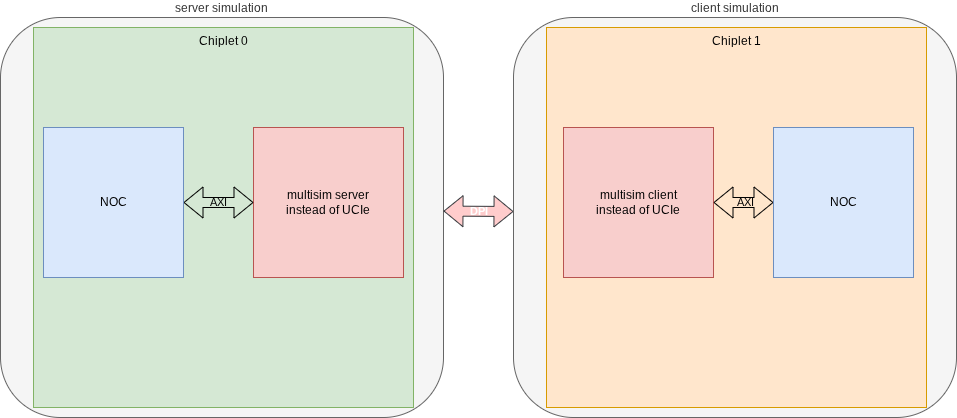
Above: .assets/multisim_multi_chiplet_no_UCIE.drawio.png in zarubaf/multisim (draw.io), before the change. Source tidied: cells renumbered, new cells last; positions are measured from the earlier drawing's top-left corner, leaving out a move shared by most shapes.
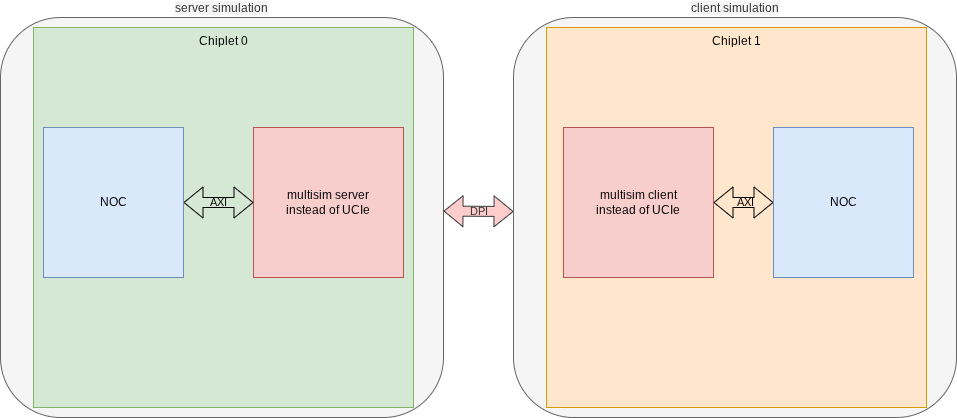
After the change.

The edit, as a diff of the source:
```diff
@@ -2,7 +2,7 @@
   <root>
     <mxCell id="0" />
     <mxCell id="1" parent="0" />
-    <mxCell id="2" value="server simulation" style="rounded=1;whiteSpace=wrap;html=1;fillColor=#f5f5f5;labelPosition=center;verticalLabelPosition=top;align=center;verticalAlign=bottom;strokeColor=#666666;fontColor=#333333;" parent="1" vertex="1">
+    <mxCell id="2" value="server simulation" style="rounded=1;whiteSpace=wrap;html=1;fillColor=#f5f5f5;labelPosition=center;verticalLabelPosition=top;align=center;verticalAlign=bottom;strokeColor=#666666;fontColor=#333333;labelBackgroundColor=#F5F5F5;" parent="1" vertex="1">
       <mxGeometry width="443" height="400" as="geometry" />
     </mxCell>
     <mxCell id="3" value="Chiplet 0" style="whiteSpace=wrap;html=1;fillColor=#d5e8d4;strokeColor=#82b366;align=center;labelPosition=center;verticalLabelPosition=middle;verticalAlign=top;" parent="1" vertex="1">
@@ -11,7 +11,7 @@
     <mxCell id="4" value="&lt;div&gt;multisim server&lt;br&gt;instead of UCIe&lt;/div&gt;" style="whiteSpace=wrap;html=1;fillColor=#f8cecc;strokeColor=#b85450;" parent="1" vertex="1">
       <mxGeometry x="253" y="110" width="150" height="150" as="geometry" />
     </mxCell>
-    <mxCell id="5" value="DPI" style="shape=flexArrow;endArrow=classic;startArrow=classic;html=1;rounded=0;fillColor=#ffcccc;strokeColor=#36393d;labelBackgroundColor=none;labelBorderColor=none;textShadow=0;fontStyle=1;fontColor=#FFFFFF;" parent="1" edge="1">
+    <mxCell id="5" value="DPI" style="shape=flexArrow;endArrow=classic;startArrow=classic;html=1;rounded=0;fillColor=#ffcccc;strokeColor=#36393d;labelBackgroundColor=none;labelBorderColor=none;textShadow=0;fontStyle=0;fontColor=#333333;" parent="1" edge="1">
       <mxGeometry relative="1" as="geometry">
         <mxPoint x="443" y="193.6" as="sourcePoint" />
         <mxPoint x="513" y="194" as="targetPoint" />
@@ -28,7 +28,7 @@
     <mxCell id="8" value="NOC" style="rounded=0;whiteSpace=wrap;html=1;fillColor=#dae8fc;strokeColor=#6c8ebf;" parent="1" vertex="1">
       <mxGeometry x="43" y="110" width="140" height="150" as="geometry" />
     </mxCell>
-    <mxCell id="9" value="client simulation" style="rounded=1;whiteSpace=wrap;html=1;fillColor=#f5f5f5;labelPosition=center;verticalLabelPosition=top;align=center;verticalAlign=bottom;strokeColor=#666666;fontColor=#333333;direction=east;" parent="1" vertex="1">
+    <mxCell id="9" value="client simulation" style="rounded=1;whiteSpace=wrap;html=1;fillColor=#f5f5f5;labelPosition=center;verticalLabelPosition=top;align=center;verticalAlign=bottom;strokeColor=#666666;fontColor=#333333;direction=east;labelBackgroundColor=#F5F5F5;" parent="1" vertex="1">
       <mxGeometry x="513" width="443" height="400" as="geometry" />
     </mxCell>
     <mxCell id="10" value="Chiplet 1" style="whiteSpace=wrap;html=1;fillColor=#ffe6cc;strokeColor=#d79b00;align=center;labelPosition=center;verticalLabelPosition=middle;verticalAlign=top;direction=east;" parent="1" vertex="1">
```
